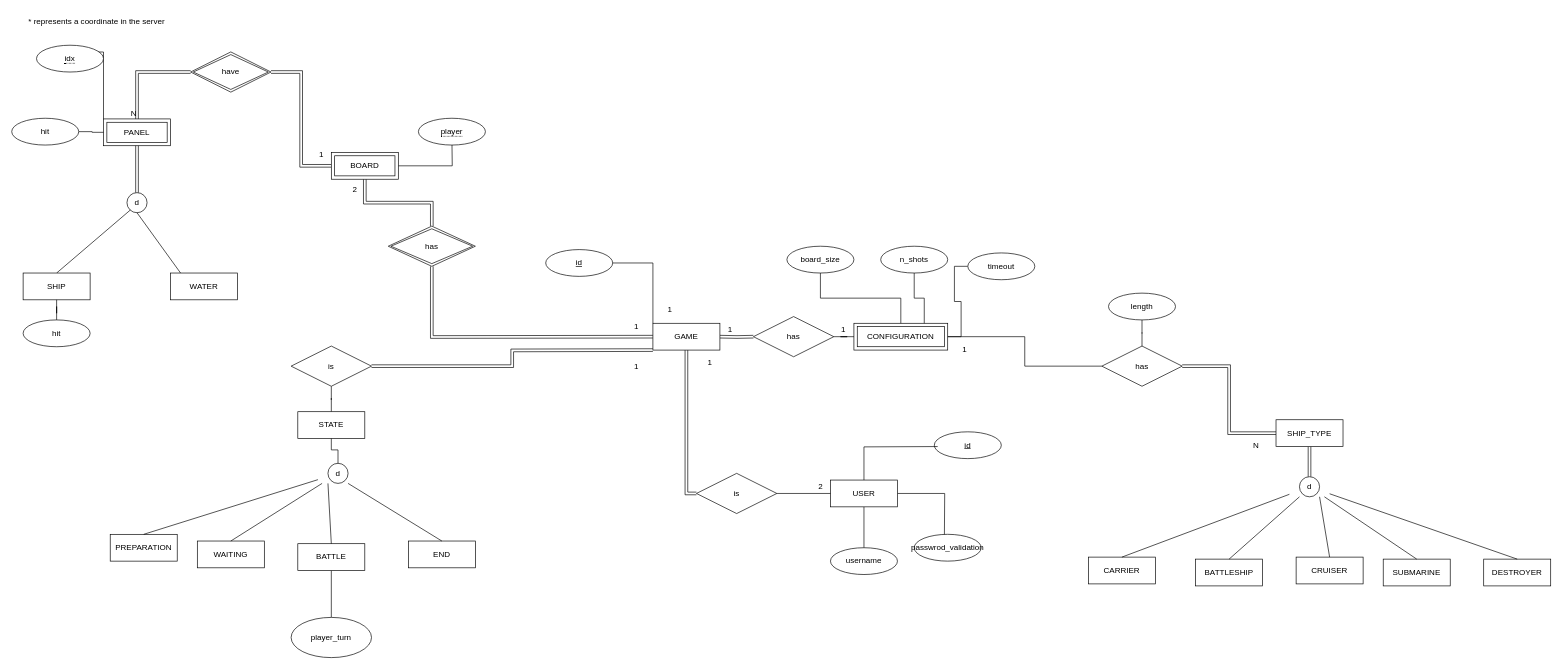
This is code/daw-battleship-game/src/main/sql/diagram.drawio from MiguelRocha2001/ISEL-DAW-Battleships-Game, a draw.io file, before an edit. Source tidied: cells renumbered, new cells numbered last; positions are measured from the earlier drawing's top-left corner, leaving out a move shared by most shapes. Both pictures are drawn from the tidied source at 67%, with x=0, y=0 at pixel (11, 11).
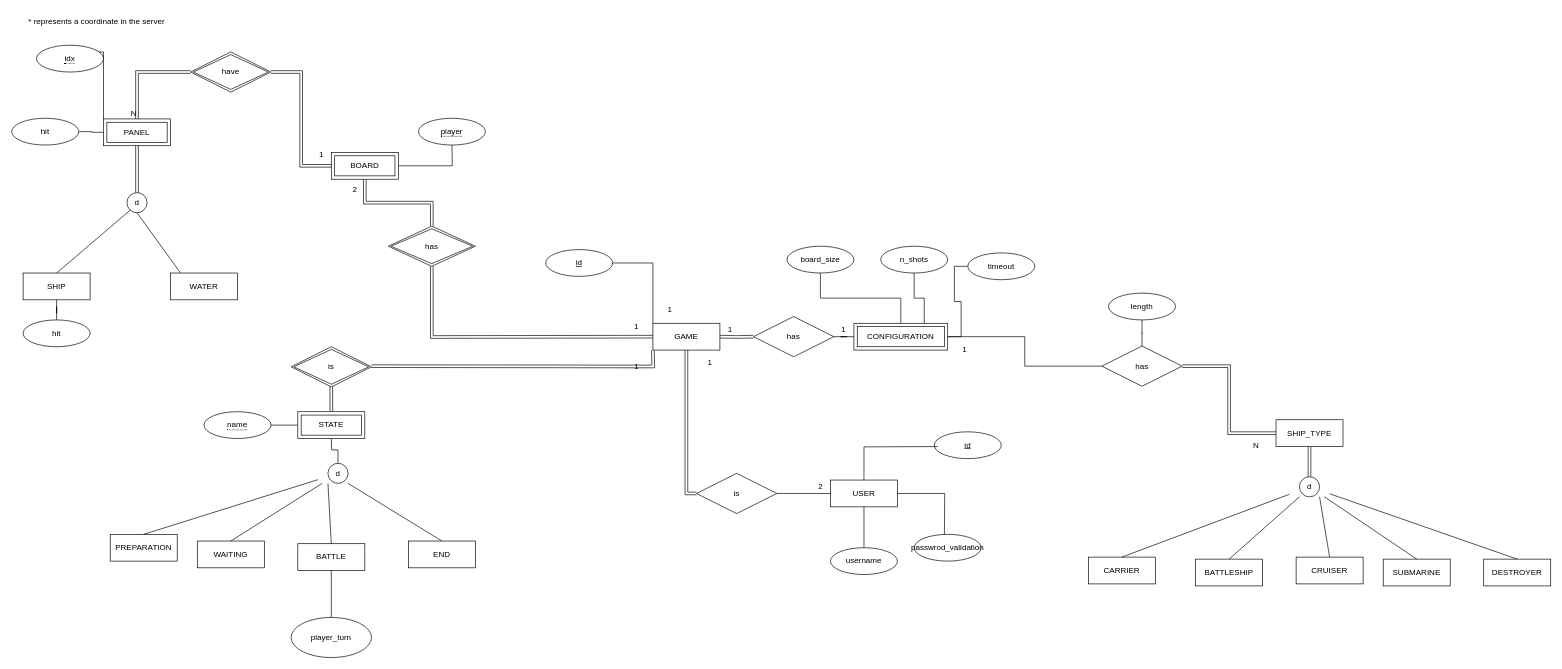
The same diagram, later.

The change refers to these unchanged cells:
```xml
<mxCell id="76" value="d" style="text;html=1;strokeColor=none;fillColor=none;align=center;verticalAlign=middle;whiteSpace=wrap;rounded=0;" parent="1" vertex="1">
  <mxGeometry x="457" y="674" width="60" height="30" as="geometry" />
</mxCell>
```

The edit, as a diff of the source:
```diff
@@
-    <mxCell id="69" style="edgeStyle=orthogonalEdgeStyle;rounded=0;jettySize=auto;html=1;endArrow=none;endFill=0;" parent="1" edge="1" source="70" target="72">
-      <mxGeometry relative="1" as="geometry" />
+    <mxCell id="69" style="edgeStyle=orthogonalEdgeStyle;rounded=0;orthogonalLoop=1;jettySize=auto;html=1;endArrow=none;endFill=0;shape=link;" parent="1" edge="1">
+      <mxGeometry relative="1" as="geometry">
+        <mxPoint x="477" y="597" as="sourcePoint" />
+        <mxPoint x="477" y="559" as="targetPoint" />
+      </mxGeometry>
     </mxCell>
-    <mxCell id="70" value="STATE" style="whiteSpace=wrap;html=1;align=center;" parent="1" vertex="1">
-      <mxGeometry x="427" y="597" width="100" height="40" as="geometry" />
-    </mxCell>
-    <mxCell id="71" style="edgeStyle=orthogonalEdgeStyle;shape=link;rounded=0;jettySize=auto;html=1;entryX=0;entryY=1;entryDx=0;entryDy=0;endArrow=none;endFill=0;" parent="1" edge="1" source="72">
+    <mxCell id="71" style="edgeStyle=orthogonalEdgeStyle;shape=link;rounded=0;orthogonalLoop=1;jettySize=auto;html=1;entryX=0;entryY=1;entryDx=0;entryDy=0;endArrow=none;endFill=0;" parent="1" edge="1">
       <mxGeometry relative="1" as="geometry">
+        <mxPoint x="537" y="529" as="sourcePoint" />
         <mxPoint x="957" y="505" as="targetPoint" />
       </mxGeometry>
     </mxCell>
-    <mxCell id="72" value="is" style="shape=rhombus;perimeter=rhombusPerimeter;whiteSpace=wrap;html=1;align=center;" parent="1" vertex="1">
-      <mxGeometry x="417" y="499" width="120" height="60" as="geometry" />
-    </mxCell>
@@
-    <mxCell id="75" style="edgeStyle=orthogonalEdgeStyle;rounded=0;jettySize=auto;html=1;entryX=0.5;entryY=1;entryDx=0;entryDy=0;endArrow=none;endFill=0;" parent="1" edge="1" source="76" target="70">
-      <mxGeometry relative="1" as="geometry" />
+    <mxCell id="75" style="edgeStyle=orthogonalEdgeStyle;rounded=0;jettySize=auto;html=1;entryX=0.5;entryY=1;entryDx=0;entryDy=0;endArrow=none;endFill=0;" parent="1" edge="1" source="76">
+      <mxGeometry relative="1" as="geometry">
+        <mxPoint x="477" y="637" as="targetPoint" />
+      </mxGeometry>
     </mxCell>
@@
+    <mxCell id="70" value="STATE" style="shape=ext;margin=3;double=1;whiteSpace=wrap;html=1;align=center;" parent="1" vertex="1">
+      <mxGeometry x="427" y="597" width="100" height="40" as="geometry" />
+    </mxCell>
+    <mxCell id="97" style="edgeStyle=orthogonalEdgeStyle;rounded=0;jettySize=auto;html=1;endArrow=none;endFill=0;" parent="1" edge="1" source="98" target="70">
+      <mxGeometry relative="1" as="geometry" />
+    </mxCell>
+    <mxCell id="98" value="&lt;span style=&quot;border-bottom: 1px dotted&quot;&gt;name&lt;/span&gt;" style="ellipse;whiteSpace=wrap;html=1;align=center;" parent="1" vertex="1">
+      <mxGeometry x="287" y="597" width="100" height="40" as="geometry" />
+    </mxCell>
+    <mxCell id="72" value="is" style="shape=rhombus;double=1;perimeter=rhombusPerimeter;whiteSpace=wrap;html=1;align=center;" parent="1" vertex="1">
+      <mxGeometry x="417" y="500" width="120" height="60" as="geometry" />
+    </mxCell>
```
